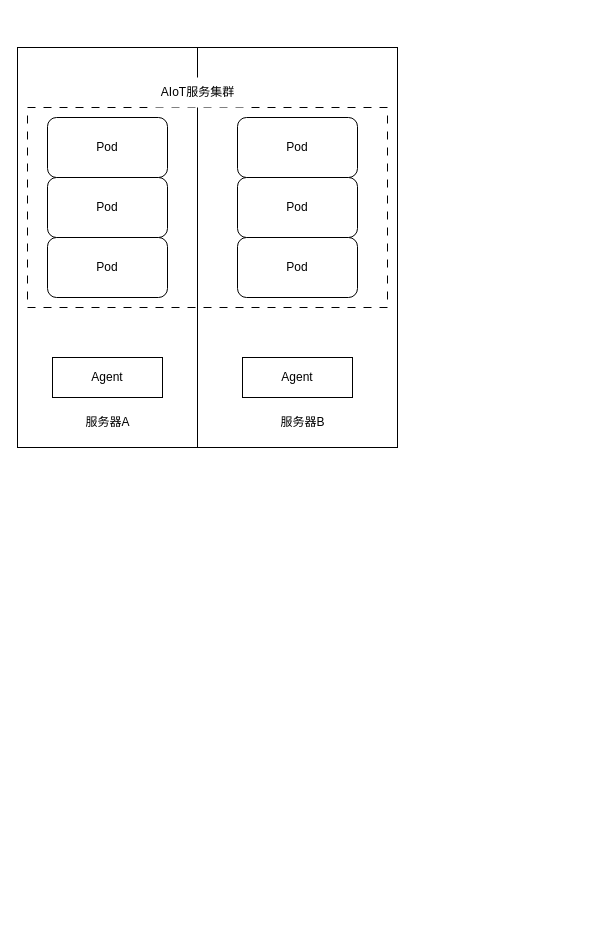
The draw.io diagram 运维平台.drawio in 876192453/draw, before the edit. Source tidied: cells renumbered, new cells numbered last; positions are measured from the earlier drawing's top-left corner, leaving out a move shared by most shapes. Both pictures are drawn from the tidied source at 100%, with x=0, y=0 at pixel (17, 47).
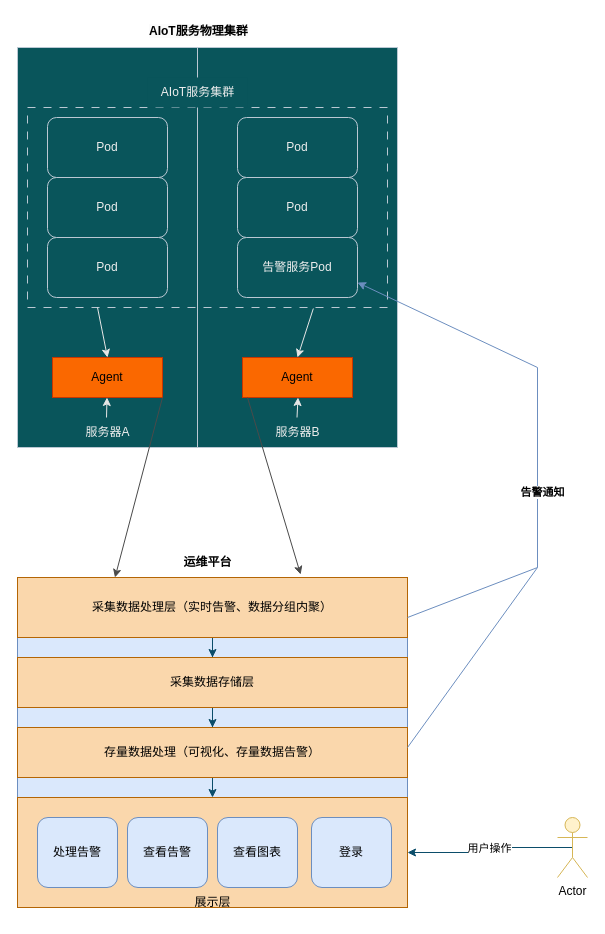
After the change.

Commit message (it also covers changes not shown here):
更新运维平台.drawio

What changed in the source:
```diff
@@
-    <mxCell id="2" style="rounded=0;whiteSpace=wrap;html=1;" parent="1" vertex="1">
+    <mxCell id="2" style="rounded=0;whiteSpace=wrap;html=1;labelBackgroundColor=none;fillColor=#09555B;strokeColor=#BAC8D3;fontColor=#EEEEEE;" parent="1" vertex="1">
       <mxGeometry width="380" height="400" as="geometry" />
     </mxCell>
-    <mxCell id="3" style="rounded=0;whiteSpace=wrap;html=1;" parent="1" vertex="1">
+    <mxCell id="3" style="rounded=0;whiteSpace=wrap;html=1;labelBackgroundColor=none;fillColor=#09555B;strokeColor=#BAC8D3;fontColor=#EEEEEE;" parent="1" vertex="1">
       <mxGeometry width="180" height="400" as="geometry" />
     </mxCell>
-    <mxCell id="4" value="服务器A" style="text;html=1;align=center;verticalAlign=middle;points=[];strokeColor=none;fillColor=none;" parent="1" vertex="1">
-      <mxGeometry x="55" y="360" width="70" height="30" as="geometry" />
+    <mxCell id="4" value="服务器A" style="text;html=1;align=center;verticalAlign=middle;points=[];strokeColor=none;fillColor=none;labelBackgroundColor=none;fontColor=#EEEEEE;" parent="1" vertex="1">
+      <mxGeometry x="55" y="370" width="70" height="30" as="geometry" />
     </mxCell>
-    <mxCell id="5" style="rounded=0;whiteSpace=wrap;html=1;" parent="1" vertex="1">
+    <mxCell id="5" style="rounded=0;whiteSpace=wrap;html=1;labelBackgroundColor=none;fillColor=#09555B;strokeColor=#BAC8D3;fontColor=#EEEEEE;" parent="1" vertex="1">
       <mxGeometry x="180" width="200" height="400" as="geometry" />
     </mxCell>
-    <mxCell id="6" value="服务器B" style="text;html=1;align=center;verticalAlign=middle;strokeColor=none;fillColor=none;" parent="1" vertex="1">
-      <mxGeometry x="250" y="360" width="70" height="30" as="geometry" />
+    <mxCell id="6" value="服务器B" style="text;html=1;align=center;verticalAlign=middle;strokeColor=none;fillColor=none;labelBackgroundColor=none;fontColor=#EEEEEE;" parent="1" vertex="1">
+      <mxGeometry x="245" y="370" width="70" height="30" as="geometry" />
     </mxCell>
-    <mxCell id="7" style="rounded=0;whiteSpace=wrap;html=1;dashed=1;dashPattern=8 8;fillColor=none;" parent="1" vertex="1">
+    <mxCell id="7" style="rounded=0;whiteSpace=wrap;html=1;dashed=1;dashPattern=8 8;fillColor=none;labelBackgroundColor=none;strokeColor=#BAC8D3;fontColor=#EEEEEE;" parent="1" vertex="1">
       <mxGeometry x="10" y="60" width="360" height="200" as="geometry" />
     </mxCell>
-    <mxCell id="8" value="Pod" style="rounded=1;whiteSpace=wrap;html=1;" parent="1" vertex="1">
+    <mxCell id="8" value="Pod" style="rounded=1;whiteSpace=wrap;html=1;labelBackgroundColor=none;fillColor=#09555B;strokeColor=#BAC8D3;fontColor=#EEEEEE;" parent="1" vertex="1">
       <mxGeometry x="30" y="70" width="120" height="60" as="geometry" />
     </mxCell>
-    <mxCell id="9" value="Pod" style="rounded=1;whiteSpace=wrap;html=1;" parent="1" vertex="1">
+    <mxCell id="9" value="Pod" style="rounded=1;whiteSpace=wrap;html=1;labelBackgroundColor=none;fillColor=#09555B;strokeColor=#BAC8D3;fontColor=#EEEEEE;" parent="1" vertex="1">
       <mxGeometry x="30" y="130" width="120" height="60" as="geometry" />
     </mxCell>
-    <mxCell id="10" value="Pod" style="rounded=1;whiteSpace=wrap;html=1;" parent="1" vertex="1">
+    <mxCell id="10" value="Pod" style="rounded=1;whiteSpace=wrap;html=1;labelBackgroundColor=none;fillColor=#09555B;strokeColor=#BAC8D3;fontColor=#EEEEEE;" parent="1" vertex="1">
       <mxGeometry x="30" y="190" width="120" height="60" as="geometry" />
     </mxCell>
-    <mxCell id="11" value="Pod" style="rounded=1;whiteSpace=wrap;html=1;" parent="1" vertex="1">
+    <mxCell id="11" value="Pod" style="rounded=1;whiteSpace=wrap;html=1;labelBackgroundColor=none;fillColor=#09555B;strokeColor=#BAC8D3;fontColor=#EEEEEE;" parent="1" vertex="1">
       <mxGeometry x="220" y="70" width="120" height="60" as="geometry" />
     </mxCell>
-    <mxCell id="12" value="Pod" style="rounded=1;whiteSpace=wrap;html=1;" parent="1" vertex="1">
+    <mxCell id="12" value="Pod" style="rounded=1;whiteSpace=wrap;html=1;labelBackgroundColor=none;fillColor=#09555B;strokeColor=#BAC8D3;fontColor=#EEEEEE;" parent="1" vertex="1">
       <mxGeometry x="220" y="130" width="120" height="60" as="geometry" />
     </mxCell>
-    <mxCell id="13" value="Pod" style="rounded=1;whiteSpace=wrap;html=1;" parent="1" vertex="1">
+    <mxCell id="13" value="告警服务Pod" style="rounded=1;whiteSpace=wrap;html=1;labelBackgroundColor=none;fillColor=#09555B;strokeColor=#BAC8D3;fontColor=#EEEEEE;" parent="1" vertex="1">
       <mxGeometry x="220" y="190" width="120" height="60" as="geometry" />
     </mxCell>
-    <mxCell id="14" value="Agent" style="rounded=0;whiteSpace=wrap;html=1;" parent="1" vertex="1">
+    <mxCell id="14" value="Agent" style="rounded=0;whiteSpace=wrap;html=1;labelBackgroundColor=none;fillColor=#fa6800;strokeColor=#C73500;fontColor=#000000;" parent="1" vertex="1">
       <mxGeometry x="225" y="310" width="110" height="40" as="geometry" />
     </mxCell>
-    <mxCell id="15" value="Agent" style="rounded=0;whiteSpace=wrap;html=1;" parent="1" vertex="1">
+    <mxCell id="15" value="Agent" style="rounded=0;whiteSpace=wrap;html=1;labelBackgroundColor=none;fillColor=#fa6800;strokeColor=#C73500;fontColor=#000000;" parent="1" vertex="1">
       <mxGeometry x="35" y="310" width="110" height="40" as="geometry" />
     </mxCell>
-    <mxCell id="16" value="AIoT服务集群" style="text;html=1;align=center;verticalAlign=middle;strokeColor=none;fillColor=default;" parent="1" vertex="1">
+    <mxCell id="16" value="AIoT服务集群" style="text;html=1;align=center;verticalAlign=middle;strokeColor=none;fillColor=#09555B;labelBackgroundColor=none;fontColor=#EEEEEE;" parent="1" vertex="1">
       <mxGeometry x="130" y="30" width="100" height="30" as="geometry" />
     </mxCell>
+    <mxCell id="17" style="rounded=0;whiteSpace=wrap;html=1;fillColor=#dae8fc;strokeColor=#6c8ebf;" parent="1" vertex="1">
+      <mxGeometry y="530" width="390" height="330" as="geometry" />
+    </mxCell>
+    <mxCell id="18" style="endArrow=classic;html=1;rounded=0;entryX=0.5;entryY=0;entryDx=0;entryDy=0;strokeColor=#E6E6E6;" parent="1" edge="1" target="15">
+      <mxGeometry relative="1" as="geometry">
+        <mxPoint x="80" y="260" as="sourcePoint" />
+      </mxGeometry>
+    </mxCell>
+    <mxCell id="19" style="endArrow=classic;html=1;rounded=0;entryX=0.5;entryY=0;entryDx=0;entryDy=0;strokeColor=#E6E6E6;exitX=0.794;exitY=1.005;exitDx=0;exitDy=0;exitPerimeter=0;" parent="1" edge="1" source="7" target="14">
+      <mxGeometry relative="1" as="geometry" />
+    </mxCell>
+    <mxCell id="20" style="endArrow=classic;html=1;rounded=0;strokeColor=#E6E6E6;exitX=0.486;exitY=0;exitDx=0;exitDy=0;exitPerimeter=0;" parent="1" edge="1" source="4" target="15">
+      <mxGeometry relative="1" as="geometry" />
+    </mxCell>
+    <mxCell id="21" style="endArrow=classic;html=1;rounded=0;strokeColor=#E6E6E6;exitX=0.486;exitY=0;exitDx=0;exitDy=0;exitPerimeter=0;" parent="1" edge="1">
+      <mxGeometry relative="1" as="geometry">
+        <mxPoint x="279.5" y="370" as="sourcePoint" />
+        <mxPoint x="280.5" y="350" as="targetPoint" />
+      </mxGeometry>
+    </mxCell>
+    <mxCell id="22" style="endArrow=classic;html=1;rounded=0;strokeColor=#4A4A4A;exitX=1;exitY=1;exitDx=0;exitDy=0;entryX=0.25;entryY=0;entryDx=0;entryDy=0;" parent="1" edge="1" source="15" target="17">
+      <mxGeometry relative="1" as="geometry" />
+    </mxCell>
+    <mxCell id="23" style="endArrow=classic;html=1;rounded=0;strokeColor=#4A4A4A;exitX=0.25;exitY=0.875;exitDx=0;exitDy=0;exitPerimeter=0;entryX=0.726;entryY=-0.05;entryDx=0;entryDy=0;entryPerimeter=0;" parent="1" edge="1" source="5" target="26">
+      <mxGeometry relative="1" as="geometry" />
+    </mxCell>
+    <mxCell id="24" value="运维平台" style="text;html=1;align=center;verticalAlign=middle;strokeColor=none;fillColor=none;fontColor=#000000;fontStyle=1;" parent="1" vertex="1">
+      <mxGeometry x="155" y="500" width="70" height="30" as="geometry" />
+    </mxCell>
+    <mxCell id="25" style="edgeStyle=orthogonalEdgeStyle;rounded=0;jettySize=auto;html=1;exitX=0.5;exitY=1;exitDx=0;exitDy=0;strokeColor=#0B4D6A;" parent="1" edge="1" source="26" target="28">
+      <mxGeometry relative="1" as="geometry" />
+    </mxCell>
+    <mxCell id="26" value="采集数据处理层（实时告警、数据分组内聚）" style="rounded=0;whiteSpace=wrap;html=1;fillColor=#fad7ac;strokeColor=#b46504;" parent="1" vertex="1">
+      <mxGeometry y="530" width="390" height="60" as="geometry" />
+    </mxCell>
+    <mxCell id="27" style="edgeStyle=orthogonalEdgeStyle;rounded=0;jettySize=auto;html=1;exitX=0.5;exitY=1;exitDx=0;exitDy=0;strokeColor=#0B4D6A;" parent="1" edge="1" source="28" target="31">
+      <mxGeometry relative="1" as="geometry" />
+    </mxCell>
+    <mxCell id="28" value="采集数据存储层" style="rounded=0;whiteSpace=wrap;html=1;strokeColor=#b46504;fillColor=#fad7ac;" parent="1" vertex="1">
+      <mxGeometry y="610" width="390" height="50" as="geometry" />
+    </mxCell>
+    <mxCell id="29" style="rounded=0;whiteSpace=wrap;html=1;strokeColor=#b46504;fillColor=#fad7ac;" parent="1" vertex="1">
+      <mxGeometry y="750" width="390" height="110" as="geometry" />
+    </mxCell>
+    <mxCell id="30" style="edgeStyle=orthogonalEdgeStyle;rounded=0;jettySize=auto;html=1;exitX=0.5;exitY=1;exitDx=0;exitDy=0;entryX=0.5;entryY=0;entryDx=0;entryDy=0;strokeColor=#0B4D6A;" parent="1" edge="1" source="31" target="29">
+      <mxGeometry relative="1" as="geometry" />
+    </mxCell>
+    <mxCell id="31" value="存量数据处理（可视化、存量数据告警）" style="rounded=0;whiteSpace=wrap;html=1;strokeColor=#b46504;fillColor=#fad7ac;" parent="1" vertex="1">
+      <mxGeometry y="680" width="390" height="50" as="geometry" />
+    </mxCell>
+    <mxCell id="32" value="展示层" style="text;html=1;align=center;verticalAlign=middle;strokeColor=none;fillColor=none;fontColor=#000000;" parent="1" vertex="1">
+      <mxGeometry x="165" y="840" width="60" height="30" as="geometry" />
+    </mxCell>
+    <mxCell id="33" style="endArrow=classic;html=1;rounded=0;strokeColor=#6c8ebf;entryX=1;entryY=0.75;entryDx=0;entryDy=0;fillColor=#dae8fc;" parent="1" edge="1" target="13">
+      <mxGeometry relative="1" as="geometry">
+        <mxPoint x="390" y="700" as="sourcePoint" />
+        <Array as="points">
+          <mxPoint x="520" y="520" />
+          <mxPoint x="520" y="320" />
+        </Array>
+      </mxGeometry>
+    </mxCell>
+    <mxCell id="34" value="告警通知" style="edgeLabel;html=1;align=center;verticalAlign=middle;strokeColor=#BAC8D3;fontColor=#000000;fillColor=#09555B;fontStyle=1;" parent="33" vertex="1">
+      <mxGeometry x="-0.04" y="-4" relative="1" as="geometry" />
+    </mxCell>
+    <mxCell id="35" value="登录" style="rounded=1;whiteSpace=wrap;html=1;strokeColor=#6c8ebf;fillColor=#dae8fc;" parent="1" vertex="1">
+      <mxGeometry x="294" y="770" width="80" height="70" as="geometry" />
+    </mxCell>
+    <mxCell id="36" style="edgeStyle=orthogonalEdgeStyle;rounded=0;jettySize=auto;html=1;exitX=0.5;exitY=0.5;exitDx=0;exitDy=0;exitPerimeter=0;entryX=1;entryY=0.5;entryDx=0;entryDy=0;strokeColor=#0B4D6A;" parent="1" edge="1" source="38" target="29">
+      <mxGeometry relative="1" as="geometry" />
+    </mxCell>
+    <mxCell id="37" value="用户操作" style="edgeLabel;html=1;align=center;verticalAlign=middle;strokeColor=#BAC8D3;fontColor=#000000;fillColor=#09555B;" parent="36" vertex="1">
+      <mxGeometry x="-0.01" relative="1" as="geometry" />
+    </mxCell>
+    <mxCell id="38" value="Actor" style="shape=umlActor;verticalLabelPosition=bottom;verticalAlign=top;html=1;outlineConnect=0;strokeColor=#d6b656;fillColor=#fff2cc;" parent="1" vertex="1">
+      <mxGeometry x="540" y="770" width="30" height="60" as="geometry" />
+    </mxCell>
+    <mxCell id="39" value="查看图表" style="rounded=1;whiteSpace=wrap;html=1;strokeColor=#6c8ebf;fillColor=#dae8fc;" parent="1" vertex="1">
+      <mxGeometry x="200" y="770" width="80" height="70" as="geometry" />
+    </mxCell>
+    <mxCell id="40" value="查看告警" style="rounded=1;whiteSpace=wrap;html=1;strokeColor=#6c8ebf;fillColor=#dae8fc;" parent="1" vertex="1">
+      <mxGeometry x="110" y="770" width="80" height="70" as="geometry" />
+    </mxCell>
+    <mxCell id="41" value="处理告警" style="rounded=1;whiteSpace=wrap;html=1;strokeColor=#6c8ebf;fillColor=#dae8fc;" parent="1" vertex="1">
+      <mxGeometry x="20" y="770" width="80" height="70" as="geometry" />
+    </mxCell>
+    <mxCell id="42" style="endArrow=none;html=1;rounded=0;strokeColor=#6c8ebf;fillColor=#dae8fc;" parent="1" edge="1">
+      <mxGeometry relative="1" as="geometry">
+        <mxPoint x="390" y="570" as="sourcePoint" />
+        <mxPoint x="520" y="520" as="targetPoint" />
+      </mxGeometry>
+    </mxCell>
+    <mxCell id="43" value="&lt;span style=&quot;font-family: Helvetica; font-size: 12px; font-style: normal; font-variant-ligatures: normal; font-variant-caps: normal; letter-spacing: normal; orphans: 2; text-align: center; text-indent: 0px; text-transform: none; widows: 2; word-spacing: 0px; -webkit-text-stroke-width: 0px; white-space: nowrap; background-color: rgb(251, 251, 251); text-decoration-thickness: initial; text-decoration-style: initial; text-decoration-color: initial; float: none; display: inline !important;&quot;&gt;AIoT服务物理集群&lt;/span&gt;" style="text;whiteSpace=wrap;html=1;fontColor=#000000;fontStyle=1;" parent="1" vertex="1">
+      <mxGeometry x="130" y="-30" width="130" height="40" as="geometry" />
+    </mxCell>
```
